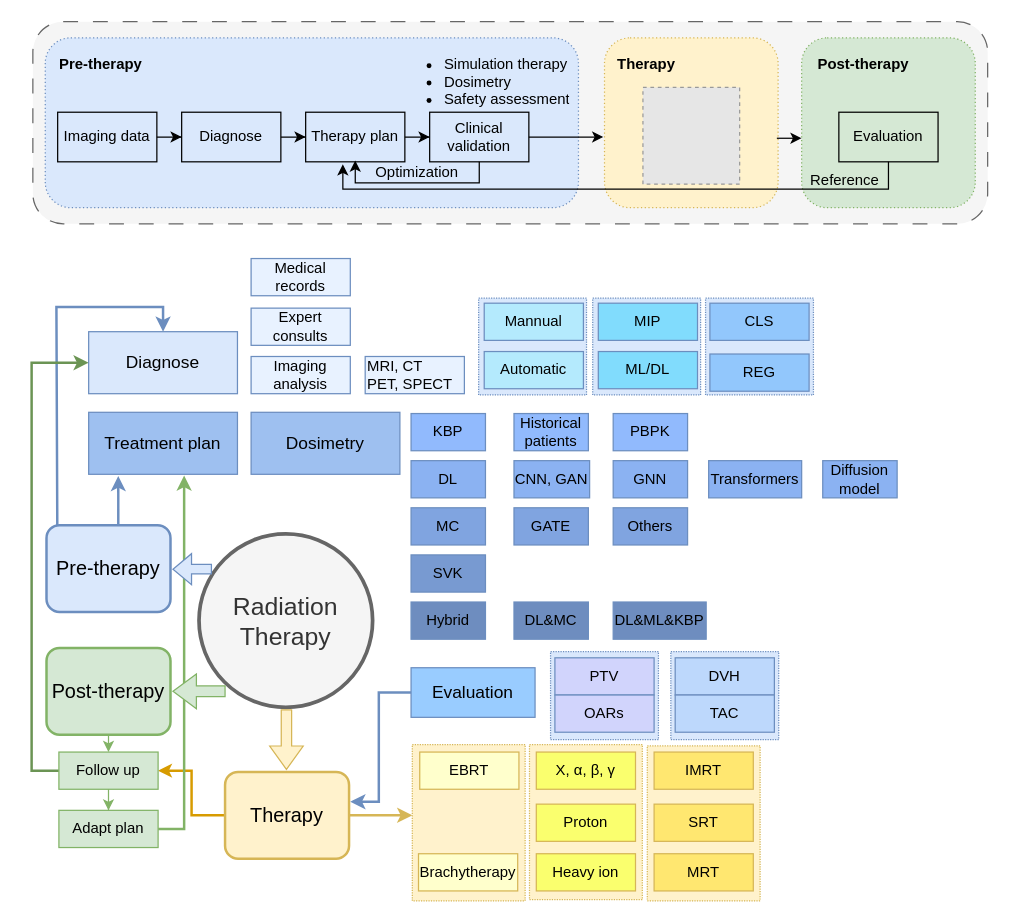
jizhang02/Figure-Factory keeps this draw.io diagram as page "radiation therapy" (4 of 5) of Fig_CS/source-file/work_treatment.drawio. Above is the earlier version. Source tidied: cells renumbered, new cells numbered last; positions are measured from the earlier drawing's top-left corner, leaving out a move shared by most shapes. Both pictures are drawn from the tidied source at 124%, with x=0, y=0 at pixel (31, 21). Pictures stored in the file or linked from it are replaced by grey dashed boxes.
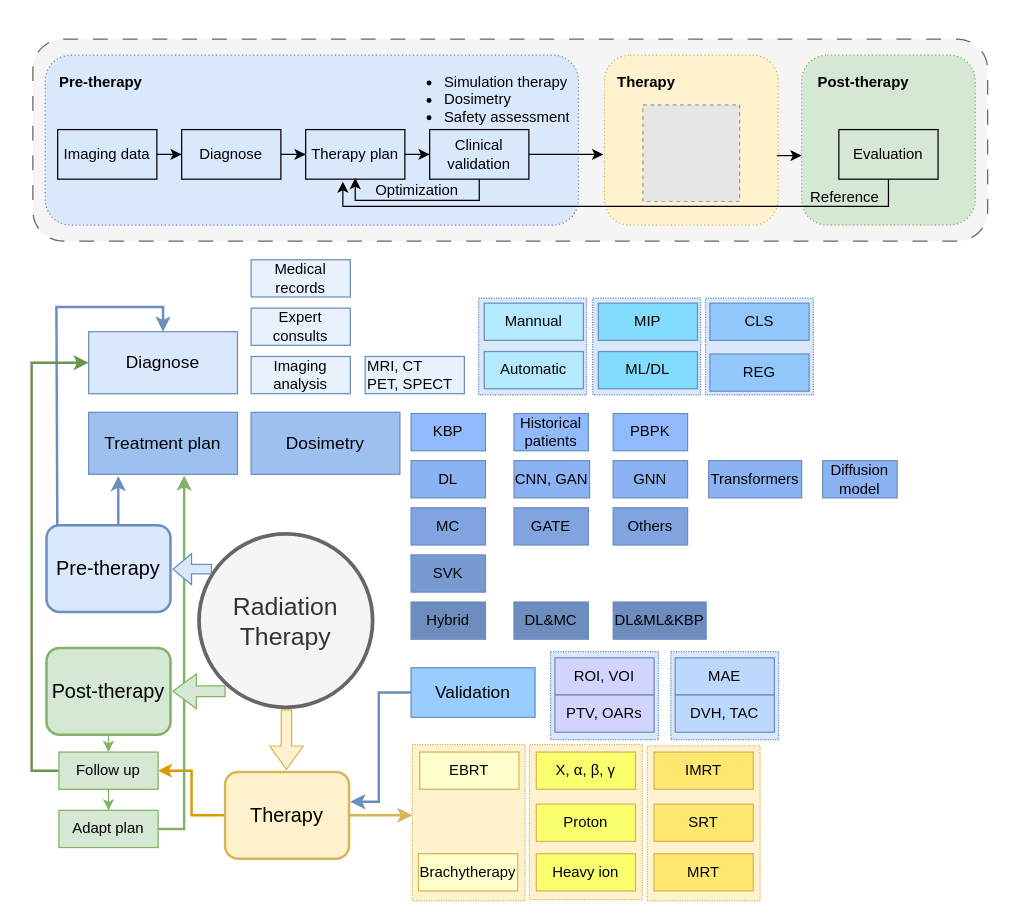
After the change.

Change to the diagram source:
```diff
@@
     <mxCell id="10" style="rounded=1;whiteSpace=wrap;html=1;dashed=1;dashPattern=12 12;fillColor=#f5f5f5;strokeColor=#666666;fontColor=#333333;" parent="1" vertex="1">
-      <mxGeometry x="1" width="770" height="163" as="geometry" />
+      <mxGeometry x="1" y="14" width="770" height="163" as="geometry" />
     </mxCell>
     <mxCell id="11" style="rounded=1;whiteSpace=wrap;html=1;dashed=1;dashPattern=1 2;fillColor=#d5e8d4;strokeColor=#82b366;" parent="1" vertex="1">
-      <mxGeometry x="621" y="13" width="140" height="137" as="geometry" />
+      <mxGeometry x="621" y="27" width="140" height="137" as="geometry" />
     </mxCell>
     <mxCell id="12" style="rounded=1;whiteSpace=wrap;html=1;fillColor=#dae8fc;dashed=1;dashPattern=1 2;strokeColor=#6c8ebf;" parent="1" vertex="1">
-      <mxGeometry x="11" y="13" width="430" height="137" as="geometry" />
+      <mxGeometry x="11" y="27" width="430" height="137" as="geometry" />
     </mxCell>
     <mxCell id="13" style="rounded=1;whiteSpace=wrap;html=1;dashed=1;dashPattern=1 2;fillColor=#fff2cc;strokeColor=#d6b656;" parent="1" vertex="1">
-      <mxGeometry x="462" y="13" width="140" height="137" as="geometry" />
+      <mxGeometry x="462" y="27" width="140" height="137" as="geometry" />
     </mxCell>
     <mxCell id="14" value="Imaging data" style="rounded=0;whiteSpace=wrap;html=1;fillColor=none;" parent="1" vertex="1">
-      <mxGeometry x="21" y="73" width="80" height="40" as="geometry" />
+      <mxGeometry x="21" y="87" width="80" height="40" as="geometry" />
     </mxCell>
     <mxCell id="15" value="Diagnose" style="whiteSpace=wrap;html=1;rounded=0;fillColor=none;" parent="1" vertex="1">
-      <mxGeometry x="121" y="73" width="80" height="40" as="geometry" />
+      <mxGeometry x="121" y="87" width="80" height="40" as="geometry" />
     </mxCell>
@@
     <mxCell id="17" value="Therapy plan" style="whiteSpace=wrap;html=1;rounded=0;fillColor=none;" parent="1" vertex="1">
-      <mxGeometry x="221" y="73" width="80" height="40" as="geometry" />
+      <mxGeometry x="221" y="87" width="80" height="40" as="geometry" />
     </mxCell>
@@
     <mxCell id="19" style="edgeStyle=orthogonalEdgeStyle;rounded=0;jettySize=auto;html=1;" parent="1" edge="1" source="21">
       <mxGeometry relative="1" as="geometry">
-        <mxPoint x="261" y="112" as="targetPoint" />
+        <mxPoint x="261" y="126" as="targetPoint" />
         <Array as="points">
-          <mxPoint x="361" y="130" />
-          <mxPoint x="261" y="130" />
-          <mxPoint x="261" y="112" />
+          <mxPoint x="361" y="144" />
+          <mxPoint x="261" y="144" />
+          <mxPoint x="261" y="126" />
         </Array>
       </mxGeometry>
     </mxCell>
     <mxCell id="20" style="edgeStyle=orthogonalEdgeStyle;rounded=0;jettySize=auto;html=1;" parent="1" edge="1" source="21">
       <mxGeometry relative="1" as="geometry">
-        <mxPoint x="461" y="93" as="targetPoint" />
+        <mxPoint x="461" y="107" as="targetPoint" />
       </mxGeometry>
     </mxCell>
     <mxCell id="21" value="Clinical validation" style="whiteSpace=wrap;html=1;rounded=0;fillColor=none;" parent="1" vertex="1">
-      <mxGeometry x="321" y="73" width="80" height="40" as="geometry" />
+      <mxGeometry x="321" y="87" width="80" height="40" as="geometry" />
     </mxCell>
@@
     <mxCell id="23" value="&lt;ul&gt;&lt;li&gt;Simulation therapy&lt;/li&gt;&lt;li&gt;Dosimetry&lt;/li&gt;&lt;li&gt;Safety assessment&lt;/li&gt;&lt;/ul&gt;" style="text;strokeColor=none;fillColor=none;html=1;whiteSpace=wrap;verticalAlign=middle;overflow=hidden;" parent="1" vertex="1">
-      <mxGeometry x="291" y="13" width="145" height="60" as="geometry" />
+      <mxGeometry x="291" y="27" width="145" height="60" as="geometry" />
     </mxCell>
     <mxCell id="24" value="Optimization" style="text;html=1;strokeColor=none;fillColor=none;align=center;verticalAlign=middle;whiteSpace=wrap;rounded=0;" parent="1" vertex="1">
-      <mxGeometry x="281" y="107" width="60" height="30" as="geometry" />
+      <mxGeometry x="281" y="121" width="60" height="30" as="geometry" />
     </mxCell>
     <mxCell id="25" style="edgeStyle=orthogonalEdgeStyle;rounded=0;jettySize=auto;html=1;exitX=0.5;exitY=1;exitDx=0;exitDy=0;" parent="1" edge="1" source="26">
       <mxGeometry relative="1" as="geometry">
-        <mxPoint x="251" y="115" as="targetPoint" />
+        <mxPoint x="251" y="129" as="targetPoint" />
         <Array as="points">
-          <mxPoint x="691" y="135" />
-          <mxPoint x="251" y="135" />
+          <mxPoint x="691" y="149" />
+          <mxPoint x="251" y="149" />
         </Array>
       </mxGeometry>
     </mxCell>
     <mxCell id="26" value="Evaluation" style="whiteSpace=wrap;html=1;rounded=0;fillColor=none;" parent="1" vertex="1">
-      <mxGeometry x="651" y="73" width="80" height="40" as="geometry" />
+      <mxGeometry x="651" y="87" width="80" height="40" as="geometry" />
     </mxCell>
     <mxCell id="27" value="Pre-therapy" style="text;html=1;strokeColor=none;fillColor=none;align=center;verticalAlign=middle;whiteSpace=wrap;rounded=0;fontStyle=1;" parent="1" vertex="1">
-      <mxGeometry x="11" y="20" width="90" height="30" as="geometry" />
+      <mxGeometry x="11" y="34" width="90" height="30" as="geometry" />
     </mxCell>
     <mxCell id="28" value="Therapy" style="text;html=1;strokeColor=none;fillColor=none;align=center;verticalAlign=middle;whiteSpace=wrap;rounded=0;fontStyle=1;" parent="1" vertex="1">
-      <mxGeometry x="451" y="20" width="90" height="30" as="geometry" />
+      <mxGeometry x="451" y="34" width="90" height="30" as="geometry" />
     </mxCell>
     <mxCell id="29" value="Post-therapy" style="text;html=1;strokeColor=none;fillColor=none;align=center;verticalAlign=middle;whiteSpace=wrap;rounded=0;fontStyle=1;" parent="1" vertex="1">
-      <mxGeometry x="626" y="20" width="90" height="30" as="geometry" />
+      <mxGeometry x="626" y="34" width="90" height="30" as="geometry" />
     </mxCell>
     <mxCell id="30" value="Reference" style="text;html=1;strokeColor=none;fillColor=none;align=center;verticalAlign=middle;whiteSpace=wrap;rounded=0;" parent="1" vertex="1">
-      <mxGeometry x="626" y="113" width="60" height="30" as="geometry" />
+      <mxGeometry x="626" y="127" width="60" height="30" as="geometry" />
     </mxCell>
     <mxCell id="31" style="edgeStyle=orthogonalEdgeStyle;rounded=0;jettySize=auto;html=1;entryX=-0.001;entryY=0.588;entryDx=0;entryDy=0;entryPerimeter=0;" parent="1" edge="1" target="11">
       <mxGeometry relative="1" as="geometry">
-        <mxPoint x="601" y="94" as="sourcePoint" />
+        <mxPoint x="601" y="108" as="sourcePoint" />
       </mxGeometry>
     </mxCell>
     <mxCell id="32" style="fillColor=#E6E6E6;strokeColor=#999999;dashed=1;verticalLabelPosition=bottom;labelBackgroundColor=default;verticalAlign=top;" parent="1" vertex="1">
-      <mxGeometry x="493" y="53" width="78" height="78" as="geometry" />
+      <mxGeometry x="493" y="67" width="78" height="78" as="geometry" />
     </mxCell>
@@
     <mxCell id="58" value="Medical records" style="rounded=0;whiteSpace=wrap;html=1;fillColor=#E8F2FF;strokeColor=#6c8ebf;" parent="1" vertex="1">
-      <mxGeometry x="177" y="191" width="80" height="30" as="geometry" />
+      <mxGeometry x="177" y="192" width="80" height="30" as="geometry" />
     </mxCell>
@@
-    <mxCell id="67" value="Evaluation" style="rounded=0;whiteSpace=wrap;html=1;fontSize=14;fillColor=#99CCFF;strokeColor=#6c8ebf;" parent="1" vertex="1">
+    <mxCell id="67" value="Validation" style="rounded=0;whiteSpace=wrap;html=1;fontSize=14;fillColor=#99CCFF;strokeColor=#6c8ebf;" parent="1" vertex="1">
       <mxGeometry x="306" y="521" width="100" height="40" as="geometry" />
     </mxCell>
-    <mxCell id="68" value="PTV" style="rounded=0;whiteSpace=wrap;html=1;fillColor=#D1D4FC;strokeColor=#6c8ebf;" parent="1" vertex="1">
+    <mxCell id="68" value="ROI, VOI" style="rounded=0;whiteSpace=wrap;html=1;fillColor=#D1D4FC;strokeColor=#6c8ebf;" parent="1" vertex="1">
       <mxGeometry x="422" y="513" width="80" height="30" as="geometry" />
     </mxCell>
-    <mxCell id="69" value="OARs" style="rounded=0;whiteSpace=wrap;html=1;fillColor=#D1D4FC;strokeColor=#6c8ebf;" parent="1" vertex="1">
+    <mxCell id="69" value="PTV, OARs" style="rounded=0;whiteSpace=wrap;html=1;fillColor=#D1D4FC;strokeColor=#6c8ebf;" parent="1" vertex="1">
       <mxGeometry x="422" y="543" width="80" height="30" as="geometry" />
     </mxCell>
-    <mxCell id="70" value="DVH" style="rounded=0;whiteSpace=wrap;html=1;fillColor=#BDD8FC;strokeColor=#6c8ebf;" parent="1" vertex="1">
+    <mxCell id="70" value="MAE" style="rounded=0;whiteSpace=wrap;html=1;fillColor=#BDD8FC;strokeColor=#6c8ebf;" parent="1" vertex="1">
       <mxGeometry x="519" y="513" width="80" height="30" as="geometry" />
     </mxCell>
-    <mxCell id="71" value="TAC" style="rounded=0;whiteSpace=wrap;html=1;fillColor=#BDD8FC;strokeColor=#6c8ebf;" parent="1" vertex="1">
+    <mxCell id="71" value="DVH, TAC" style="rounded=0;whiteSpace=wrap;html=1;fillColor=#BDD8FC;strokeColor=#6c8ebf;" parent="1" vertex="1">
       <mxGeometry x="519" y="543" width="80" height="30" as="geometry" />
     </mxCell>
```
